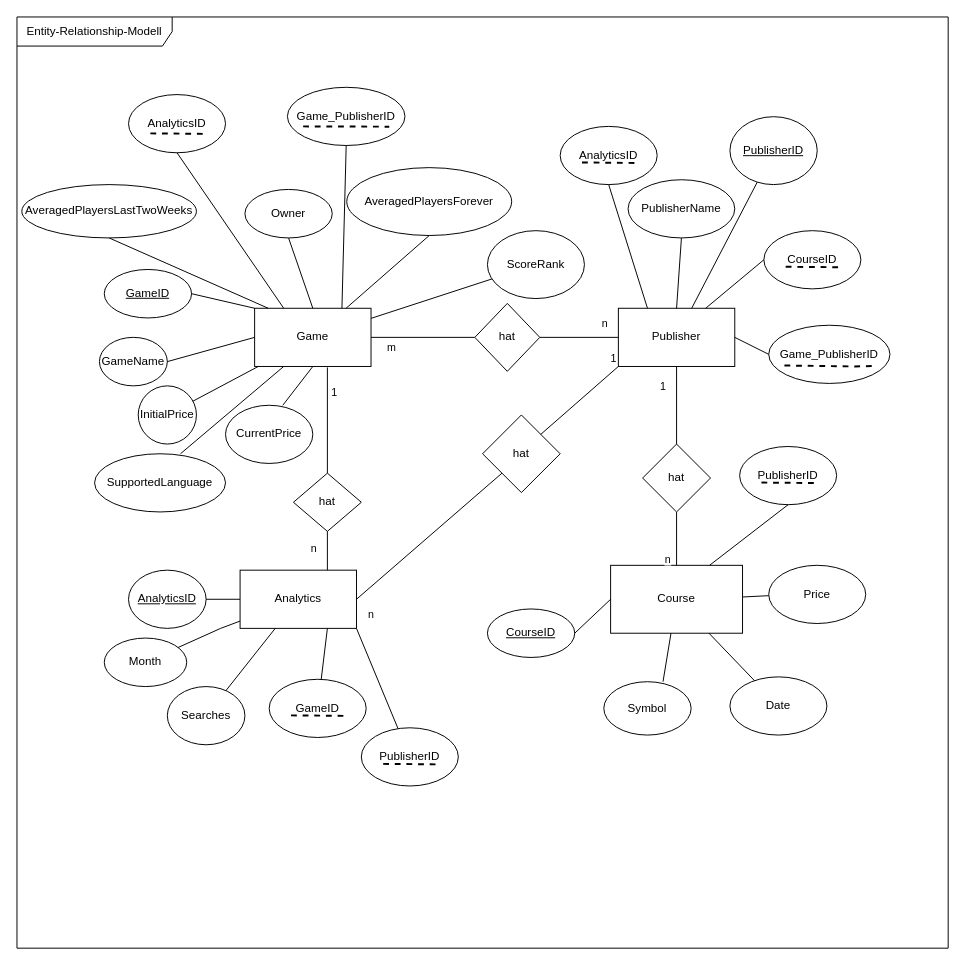
The draw.io diagram ERModel.drawio in Noah250201/Simulationsprojekt, before the edit. Source tidied: cells renumbered, new cells numbered last; positions are measured from the earlier drawing's top-left corner, leaving out a move shared by most shapes. Both pictures are drawn from the tidied source at 97%, with x=0, y=0 at pixel (16, 16).
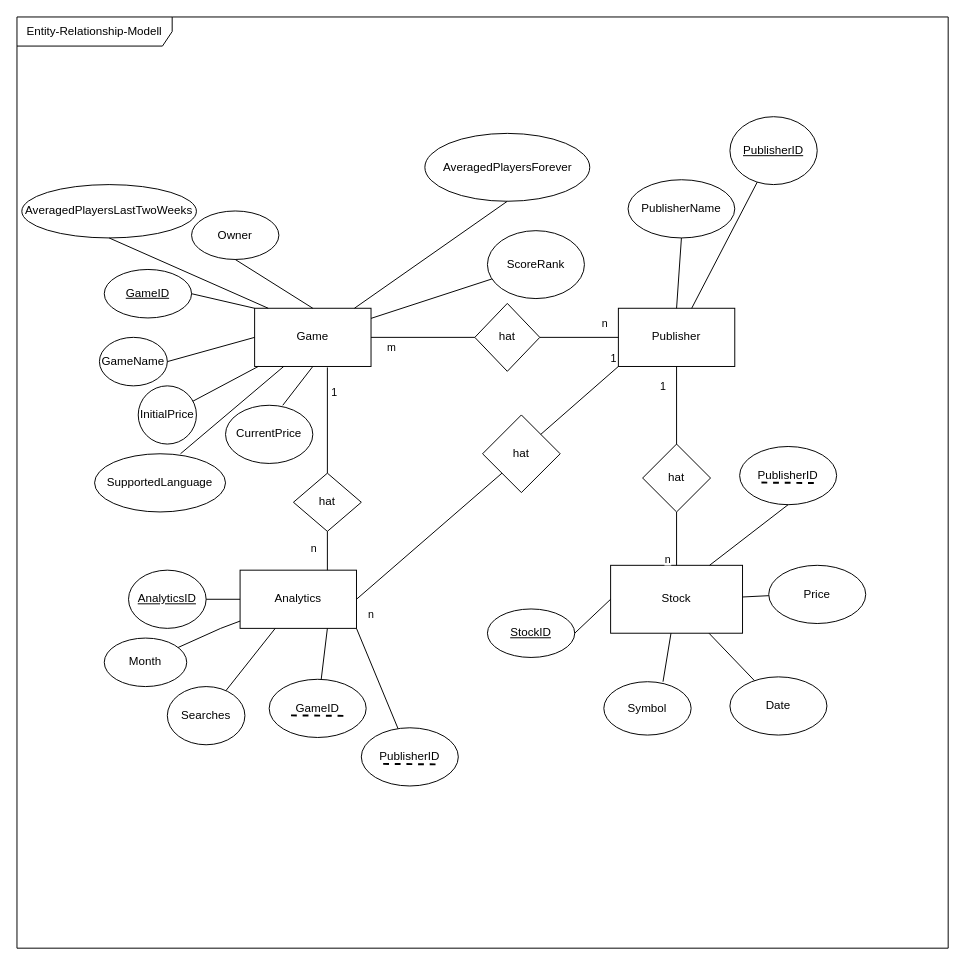
Above is the later version.

Unchanged cells that the change refers to:
```xml
<mxCell id="2" value="Entity-Relationship-Modell" style="shape=umlFrame;whiteSpace=wrap;html=1;width=160;" parent="1" vertex="1">
  <mxGeometry width="960" height="960" as="geometry" />
</mxCell>
<mxCell id="3" value="Game" style="rounded=0;whiteSpace=wrap;html=1;" parent="2" vertex="1">
  <mxGeometry x="245" y="300.3" width="120" height="60" as="geometry" />
</mxCell>
<mxCell id="17" value="Publisher" style="rounded=0;whiteSpace=wrap;html=1;" parent="2" vertex="1">
  <mxGeometry x="620" y="300.3" width="120" height="60" as="geometry" />
</mxCell>
```

What changed in the source:
```diff
@@
     <mxCell id="12" value="Owner" style="ellipse;whiteSpace=wrap;html=1;" parent="2" vertex="1">
-      <mxGeometry x="235" y="177.8" width="90" height="50" as="geometry" />
+      <mxGeometry x="180" y="200" width="90" height="50" as="geometry" />
     </mxCell>
     <mxCell id="13" value="AveragedPlayersForever" style="ellipse;whiteSpace=wrap;html=1;" parent="2" vertex="1">
-      <mxGeometry x="340" y="155.3" width="170" height="70" as="geometry" />
+      <mxGeometry x="420.5" y="120" width="170" height="70" as="geometry" />
     </mxCell>
@@
-    <mxCell id="27" value="Course" style="rounded=0;whiteSpace=wrap;html=1;" parent="2" vertex="1">
+    <mxCell id="27" value="Stock" style="rounded=0;whiteSpace=wrap;html=1;" parent="2" vertex="1">
       <mxGeometry x="612" y="565.3" width="136" height="70" as="geometry" />
     </mxCell>
@@
-    <mxCell id="56" value="&lt;u&gt;CourseID&lt;/u&gt;" style="ellipse;whiteSpace=wrap;html=1;" parent="2" vertex="1">
+    <mxCell id="56" value="&lt;u&gt;StockID&lt;/u&gt;" style="ellipse;whiteSpace=wrap;html=1;" parent="2" vertex="1">
       <mxGeometry x="485" y="610.3" width="90" height="50" as="geometry" />
     </mxCell>
@@
-    <mxCell id="75" value="Game_PublisherID" style="ellipse;whiteSpace=wrap;html=1;" parent="2" vertex="1">
-      <mxGeometry x="775" y="317.8" width="125" height="60" as="geometry" />
-    </mxCell>
-    <mxCell id="76" style="endArrow=none;html=1;rounded=0;dashed=1;strokeWidth=2;entryX=0.92;entryY=0.629;entryDx=0;entryDy=0;entryPerimeter=0;" parent="2" edge="1">
-      <mxGeometry relative="1" as="geometry">
-        <mxPoint x="791.2" y="359.3" as="sourcePoint" />
-        <mxPoint x="883.8" y="359.8" as="targetPoint" />
-        <Array as="points">
-          <mxPoint x="863.8" y="360.3" />
-        </Array>
-      </mxGeometry>
-    </mxCell>
-    <mxCell id="77" style="html=1;whiteSpace=wrap;align=right;verticalAlign=bottom;" parent="76" vertex="1">
-      <mxGeometry x="1" relative="1" as="geometry" />
-    </mxCell>
-    <mxCell id="78" style="endArrow=none;html=1;rounded=0;entryX=1;entryY=0.5;entryDx=0;entryDy=0;exitX=0;exitY=0.5;exitDx=0;exitDy=0;" parent="2" edge="1" source="75" target="17">
-      <mxGeometry relative="1" as="geometry" />
-    </mxCell>
-    <mxCell id="79" value="AnalyticsID" style="ellipse;whiteSpace=wrap;html=1;" parent="2" vertex="1">
-      <mxGeometry x="560" y="112.8" width="100" height="60" as="geometry" />
-    </mxCell>
-    <mxCell id="80" style="endArrow=none;html=1;rounded=0;dashed=1;strokeWidth=2;" parent="2" edge="1">
-      <mxGeometry relative="1" as="geometry">
-        <mxPoint x="582.5" y="150" as="sourcePoint" />
-        <mxPoint x="637.5" y="150.5" as="targetPoint" />
-      </mxGeometry>
-    </mxCell>
-    <mxCell id="81" style="html=1;whiteSpace=wrap;align=right;verticalAlign=bottom;" parent="80" vertex="1">
-      <mxGeometry x="1" relative="1" as="geometry" />
-    </mxCell>
-    <mxCell id="82" style="endArrow=none;html=1;rounded=0;entryX=0.25;entryY=0;entryDx=0;entryDy=0;exitX=0.5;exitY=1;exitDx=0;exitDy=0;" parent="2" edge="1" source="79" target="17">
-      <mxGeometry relative="1" as="geometry" />
-    </mxCell>
-    <mxCell id="83" value="CourseID" style="ellipse;whiteSpace=wrap;html=1;" parent="2" vertex="1">
-      <mxGeometry x="770" y="220.3" width="100" height="60" as="geometry" />
-    </mxCell>
-    <mxCell id="84" style="endArrow=none;html=1;rounded=0;dashed=1;strokeWidth=2;" parent="2" edge="1">
-      <mxGeometry relative="1" as="geometry">
-        <mxPoint x="792.5" y="257.5" as="sourcePoint" />
-        <mxPoint x="847.5" y="258" as="targetPoint" />
-      </mxGeometry>
-    </mxCell>
-    <mxCell id="85" style="html=1;whiteSpace=wrap;align=right;verticalAlign=bottom;" parent="84" vertex="1">
-      <mxGeometry x="1" relative="1" as="geometry" />
-    </mxCell>
-    <mxCell id="86" style="endArrow=none;html=1;rounded=0;entryX=0.75;entryY=0;entryDx=0;entryDy=0;exitX=0;exitY=0.5;exitDx=0;exitDy=0;" parent="2" edge="1" source="83" target="17">
-      <mxGeometry relative="1" as="geometry" />
-    </mxCell>
@@
-    <mxCell id="88" value="Game_PublisherID" style="ellipse;whiteSpace=wrap;html=1;" parent="2" vertex="1">
-      <mxGeometry x="278.8" y="72.5" width="121.2" height="60" as="geometry" />
-    </mxCell>
-    <mxCell id="89" style="endArrow=none;html=1;rounded=0;dashed=1;strokeWidth=2;entryX=0.918;entryY=0.625;entryDx=0;entryDy=0;entryPerimeter=0;" parent="2" edge="1">
-      <mxGeometry relative="1" as="geometry">
-        <mxPoint x="295" y="112.8" as="sourcePoint" />
-        <mxPoint x="383.8" y="113.1" as="targetPoint" />
-      </mxGeometry>
-    </mxCell>
-    <mxCell id="90" style="html=1;whiteSpace=wrap;align=right;verticalAlign=bottom;" parent="89" vertex="1">
-      <mxGeometry x="1" relative="1" as="geometry" />
-    </mxCell>
-    <mxCell id="91" style="endArrow=none;html=1;rounded=0;entryX=0.75;entryY=0;entryDx=0;entryDy=0;exitX=0.5;exitY=1;exitDx=0;exitDy=0;" parent="2" edge="1" source="88" target="3">
-      <mxGeometry relative="1" as="geometry" />
-    </mxCell>
-    <mxCell id="92" style="endArrow=none;html=1;rounded=0;entryX=0.25;entryY=0;entryDx=0;entryDy=0;exitX=0.5;exitY=1;exitDx=0;exitDy=0;" parent="2" edge="1" source="93" target="3">
-      <mxGeometry relative="1" as="geometry" />
-    </mxCell>
-    <mxCell id="93" value="AnalyticsID" style="ellipse;whiteSpace=wrap;html=1;" parent="2" vertex="1">
-      <mxGeometry x="115" y="80" width="100" height="60" as="geometry" />
-    </mxCell>
-    <mxCell id="94" style="endArrow=none;html=1;rounded=0;dashed=1;strokeWidth=2;" parent="2" edge="1">
-      <mxGeometry relative="1" as="geometry">
-        <mxPoint x="137.5" y="120" as="sourcePoint" />
-        <mxPoint x="192.5" y="120.5" as="targetPoint" />
-      </mxGeometry>
-    </mxCell>
-    <mxCell id="95" style="html=1;whiteSpace=wrap;align=right;verticalAlign=bottom;" parent="94" vertex="1">
-      <mxGeometry x="1" relative="1" as="geometry" />
-    </mxCell>
```
